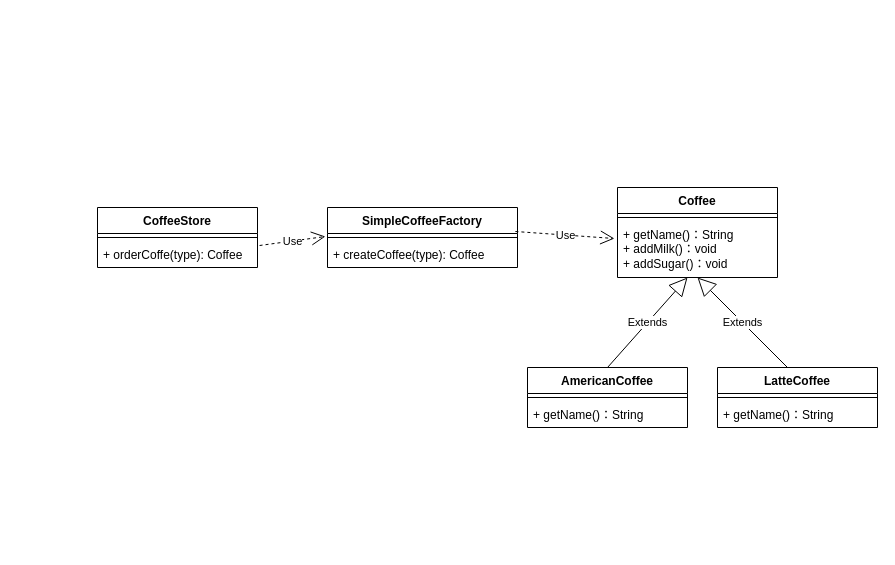
Before: design/工厂方法模式.drawio in dzghahaha/mind-resp, a draw.io diagram. Source tidied: cells renumbered, new cells numbered last; positions are measured from the earlier drawing's top-left corner, leaving out a move shared by most shapes. Both pictures are drawn from the tidied source at 100%, with x=0, y=0 at pixel (97, 187).
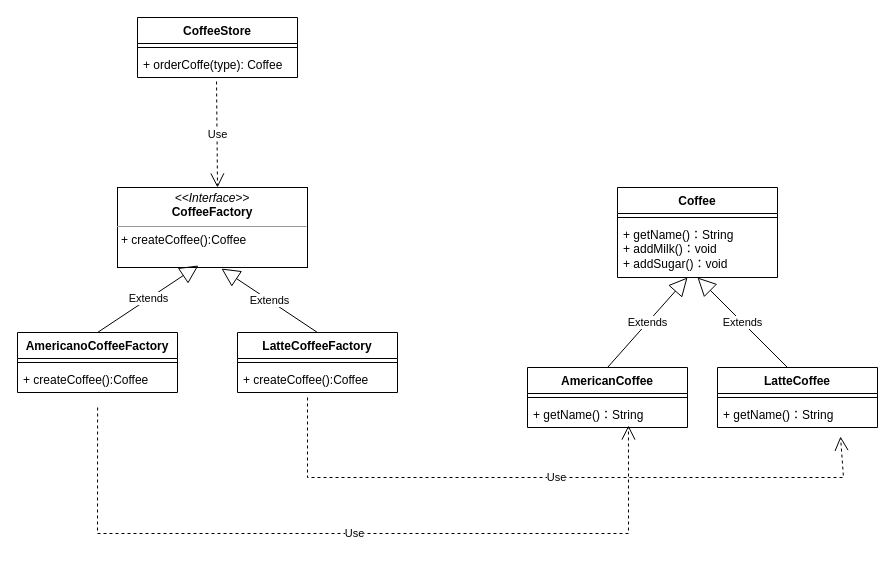
The same diagram, later.

Commit message (it also covers changes not shown here):
更新工厂方法模式.drawio

Unchanged cells that the change refers to:
```xml
<mxCell id="4" value="+ getName()：String&lt;br&gt;+ addMilk()：void&lt;br&gt;+ addSugar()：void" style="text;strokeColor=none;fillColor=none;align=left;verticalAlign=top;spacingLeft=4;spacingRight=4;overflow=hidden;points=[[0,0.5],[1,0.5]];portConstraint=eastwest;whiteSpace=wrap;html=1;" parent="2" vertex="1">
  <mxGeometry y="34" width="160" height="56" as="geometry" />
</mxCell>
<mxCell id="11" value="+ getName()：String" style="text;strokeColor=none;fillColor=none;align=left;verticalAlign=top;spacingLeft=4;spacingRight=4;overflow=hidden;points=[[0,0.5],[1,0.5]];portConstraint=eastwest;whiteSpace=wrap;html=1;" parent="9" vertex="1">
  <mxGeometry y="34" width="160" height="26" as="geometry" />
</mxCell>
<mxCell id="15" value="+ orderCoffe(type): Coffee" style="text;strokeColor=none;fillColor=none;align=left;verticalAlign=top;spacingLeft=4;spacingRight=4;overflow=hidden;points=[[0,0.5],[1,0.5]];portConstraint=eastwest;whiteSpace=wrap;html=1;" parent="13" vertex="1">
  <mxGeometry y="34" width="160" height="26" as="geometry" />
</mxCell>
```

The edit, as a diff of the source:
```diff
@@
     <mxCell id="13" value="CoffeeStore&lt;br&gt;" style="swimlane;fontStyle=1;align=center;verticalAlign=top;horizontal=1;startSize=26;whiteSpace=wrap;html=1;" parent="1" vertex="1">
-      <mxGeometry y="20" width="160" height="60" as="geometry" />
+      <mxGeometry x="40" y="-170" width="160" height="60" as="geometry" />
     </mxCell>
@@
-    <mxCell id="16" value="Use" style="endArrow=open;endSize=12;dashed=1;html=1;rounded=0;exitX=1.013;exitY=0.154;exitDx=0;exitDy=0;exitPerimeter=0;entryX=-0.011;entryY=-0.192;entryDx=0;entryDy=0;entryPerimeter=0;" parent="1" edge="1" source="15" target="19">
-      <mxGeometry relative="1" as="geometry" />
+    <mxCell id="16" value="Use" style="endArrow=open;endSize=12;dashed=1;html=1;rounded=0;exitX=0.494;exitY=1.154;exitDx=0;exitDy=0;exitPerimeter=0;" parent="1" edge="1" source="15">
+      <mxGeometry relative="1" as="geometry">
+        <mxPoint x="120" as="targetPoint" />
+      </mxGeometry>
     </mxCell>
-    <mxCell id="17" value="SimpleCoffeeFactory&lt;br&gt;" style="swimlane;fontStyle=1;align=center;verticalAlign=top;horizontal=1;startSize=26;whiteSpace=wrap;html=1;" parent="1" vertex="1">
-      <mxGeometry x="230" y="20" width="190" height="60" as="geometry" />
-    </mxCell>
-    <mxCell id="18" style="line;strokeWidth=1;fillColor=none;align=left;verticalAlign=middle;spacingTop=-1;spacingLeft=3;spacingRight=3;labelPosition=right;strokeColor=inherit;" parent="17" vertex="1">
-      <mxGeometry y="26" width="190" height="8" as="geometry" />
-    </mxCell>
-    <mxCell id="19" value="+ createCoffee(type): Coffee" style="text;strokeColor=none;fillColor=none;align=left;verticalAlign=top;spacingLeft=4;spacingRight=4;overflow=hidden;points=[[0,0.5],[1,0.5]];portConstraint=eastwest;whiteSpace=wrap;html=1;" parent="17" vertex="1">
-      <mxGeometry y="34" width="190" height="26" as="geometry" />
-    </mxCell>
-    <mxCell id="20" value="Use" style="endArrow=open;endSize=12;dashed=1;html=1;rounded=0;exitX=0.989;exitY=0.4;exitDx=0;exitDy=0;exitPerimeter=0;entryX=-0.019;entryY=0.304;entryDx=0;entryDy=0;entryPerimeter=0;" parent="1" edge="1" source="17" target="4">
-      <mxGeometry relative="1" as="geometry" />
-    </mxCell>
+    <mxCell id="21" value="&lt;p style=&quot;margin:0px;margin-top:4px;text-align:center;&quot;&gt;&lt;i&gt;&amp;lt;&amp;lt;Interface&amp;gt;&amp;gt;&lt;/i&gt;&lt;br&gt;&lt;b&gt;CoffeeFactory&lt;/b&gt;&lt;/p&gt;&lt;hr size=&quot;1&quot;&gt;&lt;p style=&quot;margin:0px;margin-left:4px;&quot;&gt;+ createCoffee():Coffee&lt;/p&gt;" style="verticalAlign=top;align=left;overflow=fill;fontSize=12;fontFamily=Helvetica;html=1;whiteSpace=wrap;" parent="1" vertex="1">
+      <mxGeometry x="20" width="190" height="80" as="geometry" />
+    </mxCell>
+    <mxCell id="22" style="edgeStyle=orthogonalEdgeStyle;rounded=0;orthogonalLoop=1;jettySize=auto;html=1;exitX=0.5;exitY=1;exitDx=0;exitDy=0;" parent="1" edge="1" source="21" target="21">
+      <mxGeometry relative="1" as="geometry" />
+    </mxCell>
+    <mxCell id="23" value="AmericanoCoffeeFactory" style="swimlane;fontStyle=1;align=center;verticalAlign=top;horizontal=1;startSize=26;whiteSpace=wrap;html=1;" parent="1" vertex="1">
+      <mxGeometry x="-80" y="145" width="160" height="60" as="geometry" />
+    </mxCell>
+    <mxCell id="24" style="line;strokeWidth=1;fillColor=none;align=left;verticalAlign=middle;spacingTop=-1;spacingLeft=3;spacingRight=3;labelPosition=right;strokeColor=inherit;" parent="23" vertex="1">
+      <mxGeometry y="26" width="160" height="8" as="geometry" />
+    </mxCell>
+    <mxCell id="25" value="+ createCoffee():Coffee" style="text;strokeColor=none;fillColor=none;align=left;verticalAlign=top;spacingLeft=4;spacingRight=4;overflow=hidden;whiteSpace=wrap;html=1;" parent="23" vertex="1">
+      <mxGeometry y="34" width="160" height="26" as="geometry" />
+    </mxCell>
+    <mxCell id="26" value="LatteCoffeeFactory" style="swimlane;fontStyle=1;align=center;verticalAlign=top;horizontal=1;startSize=26;whiteSpace=wrap;html=1;" parent="1" vertex="1">
+      <mxGeometry x="140" y="145" width="160" height="60" as="geometry" />
+    </mxCell>
+    <mxCell id="27" style="line;strokeWidth=1;fillColor=none;align=left;verticalAlign=middle;spacingTop=-1;spacingLeft=3;spacingRight=3;labelPosition=right;strokeColor=inherit;" parent="26" vertex="1">
+      <mxGeometry y="26" width="160" height="8" as="geometry" />
+    </mxCell>
+    <mxCell id="28" value="+ createCoffee():Coffee" style="text;strokeColor=none;fillColor=none;align=left;verticalAlign=top;spacingLeft=4;spacingRight=4;overflow=hidden;whiteSpace=wrap;html=1;" parent="26" vertex="1">
+      <mxGeometry y="34" width="160" height="26" as="geometry" />
+    </mxCell>
+    <mxCell id="29" value="Extends" style="endArrow=block;endSize=16;endFill=0;html=1;rounded=0;exitX=0.5;exitY=0;exitDx=0;exitDy=0;entryX=0.426;entryY=0.975;entryDx=0;entryDy=0;entryPerimeter=0;" parent="1" edge="1" source="23" target="21">
+      <mxGeometry relative="1" as="geometry" />
+    </mxCell>
+    <mxCell id="30" value="Extends" style="endArrow=block;endSize=16;endFill=0;html=1;rounded=0;exitX=0.5;exitY=0;exitDx=0;exitDy=0;entryX=0.547;entryY=1.013;entryDx=0;entryDy=0;entryPerimeter=0;" parent="1" edge="1" source="26" target="21">
+      <mxGeometry relative="1" as="geometry" />
+    </mxCell>
+    <mxCell id="31" value="Use" style="endArrow=open;endSize=12;dashed=1;html=1;rounded=0;exitX=0.463;exitY=0.962;exitDx=0;exitDy=0;exitPerimeter=0;entryX=0.631;entryY=0.923;entryDx=0;entryDy=0;entryPerimeter=0;" parent="1" edge="1" target="11">
+      <mxGeometry relative="1" as="geometry">
+        <mxPoint x="0.1" y="220" as="sourcePoint" />
+        <Array as="points">
+          <mxPoint y="346" />
+          <mxPoint x="531" y="346" />
+        </Array>
+      </mxGeometry>
+    </mxCell>
+    <mxCell id="32" value="Use" style="endArrow=open;endSize=12;dashed=1;html=1;rounded=0;exitX=0.463;exitY=0.962;exitDx=0;exitDy=0;exitPerimeter=0;entryX=0.606;entryY=1.115;entryDx=0;entryDy=0;entryPerimeter=0;" parent="1" edge="1">
+      <mxGeometry relative="1" as="geometry">
+        <mxPoint x="210" y="210" as="sourcePoint" />
+        <mxPoint x="743" y="249" as="targetPoint" />
+        <Array as="points">
+          <mxPoint x="210" y="290" />
+          <mxPoint x="746" y="290" />
+        </Array>
+      </mxGeometry>
+    </mxCell>
```
